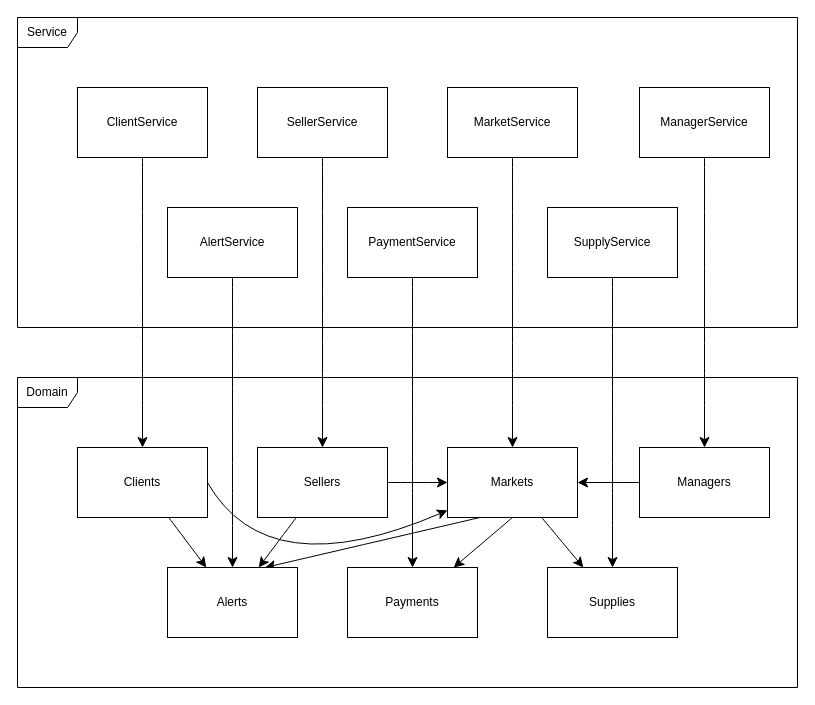
Earlier version of the draw.io diagram docs/ArchitectureDiagram.drawio (noamalu/Ecommerce-System). Source tidied: cells renumbered, new cells numbered last; positions are measured from the earlier drawing's top-left corner, leaving out a move shared by most shapes. Both pictures are drawn from the tidied source at 100%, with x=0, y=0 at pixel (17, 17).
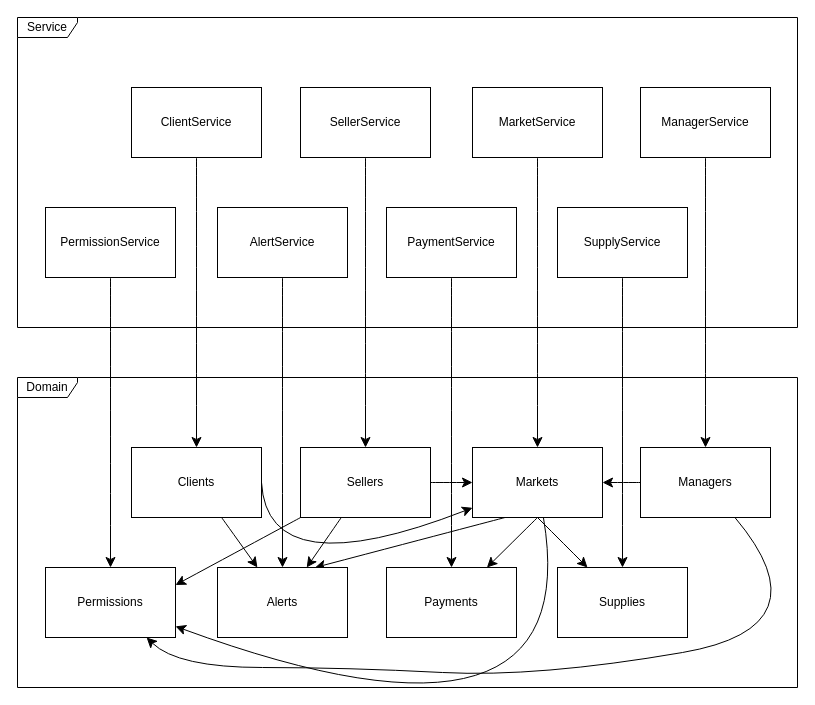
The same page after the edit.

What changed in the source:
```diff
@@
-    <mxCell id="2" value="Service" style="shape=umlFrame;whiteSpace=wrap;html=1;" parent="1" vertex="1">
+    <mxCell id="2" value="Service" style="shape=umlFrame;whiteSpace=wrap;html=1;width=60;height=20;" parent="1" vertex="1">
       <mxGeometry width="780" height="310" as="geometry" />
     </mxCell>
@@
     <mxCell id="4" value="ClientService" style="html=1;whiteSpace=wrap;" parent="1" vertex="1">
-      <mxGeometry x="60" y="70" width="130" height="70" as="geometry" />
+      <mxGeometry x="114" y="70" width="130" height="70" as="geometry" />
     </mxCell>
@@
     <mxCell id="6" value="SellerService" style="html=1;whiteSpace=wrap;" parent="1" vertex="1">
-      <mxGeometry x="240" y="70" width="130" height="70" as="geometry" />
+      <mxGeometry x="283" y="70" width="130" height="70" as="geometry" />
     </mxCell>
@@
     <mxCell id="8" value="MarketService" style="html=1;whiteSpace=wrap;" parent="1" vertex="1">
-      <mxGeometry x="430" y="70" width="130" height="70" as="geometry" />
+      <mxGeometry x="455" y="70" width="130" height="70" as="geometry" />
     </mxCell>
@@
     <mxCell id="10" value="PaymentService" style="html=1;whiteSpace=wrap;" parent="1" vertex="1">
-      <mxGeometry x="330" y="190" width="130" height="70" as="geometry" />
+      <mxGeometry x="369" y="190" width="130" height="70" as="geometry" />
     </mxCell>
@@
     <mxCell id="12" value="SupplyService" style="html=1;whiteSpace=wrap;" parent="1" vertex="1">
-      <mxGeometry x="530" y="190" width="130" height="70" as="geometry" />
+      <mxGeometry x="540" y="190" width="130" height="70" as="geometry" />
     </mxCell>
@@
     <mxCell id="14" value="AlertService" style="html=1;whiteSpace=wrap;" parent="1" vertex="1">
-      <mxGeometry x="150" y="190" width="130" height="70" as="geometry" />
+      <mxGeometry x="200" y="190" width="130" height="70" as="geometry" />
     </mxCell>
@@
     <mxCell id="16" value="ManagerService" style="html=1;whiteSpace=wrap;" parent="1" vertex="1">
-      <mxGeometry x="622" y="70" width="130" height="70" as="geometry" />
+      <mxGeometry x="623" y="70" width="130" height="70" as="geometry" />
     </mxCell>
-    <mxCell id="17" value="Domain" style="shape=umlFrame;whiteSpace=wrap;html=1;" parent="1" vertex="1">
+    <mxCell id="17" value="Domain" style="shape=umlFrame;whiteSpace=wrap;html=1;width=60;height=20;" parent="1" vertex="1">
       <mxGeometry y="360" width="780" height="310" as="geometry" />
     </mxCell>
@@
     <mxCell id="20" value="Clients" style="html=1;whiteSpace=wrap;" parent="1" vertex="1">
-      <mxGeometry x="60" y="430" width="130" height="70" as="geometry" />
+      <mxGeometry x="114" y="430" width="130" height="70" as="geometry" />
     </mxCell>
@@
+    <mxCell id="33" style="edgeStyle=none;curved=1;rounded=0;jettySize=auto;html=1;entryX=1;entryY=0.25;entryDx=0;entryDy=0;fontSize=12;startSize=8;endSize=8;" parent="1" edge="1" source="23" target="38">
+      <mxGeometry relative="1" as="geometry" />
+    </mxCell>
     <mxCell id="23" value="Sellers" style="html=1;whiteSpace=wrap;" parent="1" vertex="1">
-      <mxGeometry x="240" y="430" width="130" height="70" as="geometry" />
+      <mxGeometry x="283" y="430" width="130" height="70" as="geometry" />
     </mxCell>
-    <mxCell id="24" style="edgeStyle=none;curved=1;rounded=0;jettySize=auto;html=1;fontSize=12;startSize=8;endSize=8;" parent="1" edge="1" source="27" target="29">
-      <mxGeometry relative="1" as="geometry" />
-    </mxCell>
@@
+    <mxCell id="24" style="edgeStyle=none;curved=1;rounded=0;jettySize=auto;html=1;exitX=0.5;exitY=1;exitDx=0;exitDy=0;fontSize=12;startSize=8;endSize=8;" parent="1" edge="1" source="27" target="29">
+      <mxGeometry relative="1" as="geometry">
+        <Array as="points">
+          <mxPoint x="550" y="530" />
+        </Array>
+      </mxGeometry>
+    </mxCell>
+    <mxCell id="34" style="edgeStyle=none;curved=1;rounded=0;jettySize=auto;html=1;fontSize=12;startSize=8;endSize=8;" parent="1" edge="1" source="27" target="38">
+      <mxGeometry relative="1" as="geometry">
+        <Array as="points">
+          <mxPoint x="570" y="760" />
+        </Array>
+      </mxGeometry>
+    </mxCell>
     <mxCell id="27" value="Markets" style="html=1;whiteSpace=wrap;" parent="1" vertex="1">
-      <mxGeometry x="430" y="430" width="130" height="70" as="geometry" />
+      <mxGeometry x="455" y="430" width="130" height="70" as="geometry" />
     </mxCell>
     <mxCell id="28" value="Payments" style="html=1;whiteSpace=wrap;" parent="1" vertex="1">
-      <mxGeometry x="330" y="550" width="130" height="70" as="geometry" />
+      <mxGeometry x="369" y="550" width="130" height="70" as="geometry" />
     </mxCell>
     <mxCell id="29" value="Supplies" style="html=1;whiteSpace=wrap;" parent="1" vertex="1">
-      <mxGeometry x="530" y="550" width="130" height="70" as="geometry" />
+      <mxGeometry x="540" y="550" width="130" height="70" as="geometry" />
     </mxCell>
     <mxCell id="30" value="Alerts" style="html=1;whiteSpace=wrap;" parent="1" vertex="1">
-      <mxGeometry x="150" y="550" width="130" height="70" as="geometry" />
+      <mxGeometry x="200" y="550" width="130" height="70" as="geometry" />
     </mxCell>
@@
+    <mxCell id="35" style="edgeStyle=none;curved=1;rounded=0;jettySize=auto;html=1;fontSize=12;startSize=8;endSize=8;" parent="1" edge="1" source="32" target="38">
+      <mxGeometry relative="1" as="geometry">
+        <Array as="points">
+          <mxPoint x="810" y="610" />
+          <mxPoint x="520" y="660" />
+          <mxPoint x="330" y="650" />
+          <mxPoint x="160" y="650" />
+        </Array>
+      </mxGeometry>
+    </mxCell>
     <mxCell id="32" value="Managers" style="html=1;whiteSpace=wrap;" parent="1" vertex="1">
-      <mxGeometry x="622" y="430" width="130" height="70" as="geometry" />
+      <mxGeometry x="623" y="430" width="130" height="70" as="geometry" />
     </mxCell>
+    <mxCell id="36" style="edgeStyle=none;curved=1;rounded=0;jettySize=auto;html=1;fontSize=12;startSize=8;endSize=8;" parent="1" edge="1" source="37" target="38">
+      <mxGeometry relative="1" as="geometry" />
+    </mxCell>
+    <mxCell id="37" value="&lt;div&gt;Permission&lt;span style=&quot;background-color: initial;&quot;&gt;Service&lt;/span&gt;&lt;/div&gt;" style="html=1;whiteSpace=wrap;" parent="1" vertex="1">
+      <mxGeometry x="28" y="190" width="130" height="70" as="geometry" />
+    </mxCell>
+    <mxCell id="38" value="&lt;div&gt;Permissions&lt;/div&gt;" style="html=1;whiteSpace=wrap;" parent="1" vertex="1">
+      <mxGeometry x="28" y="550" width="130" height="70" as="geometry" />
+    </mxCell>
```
